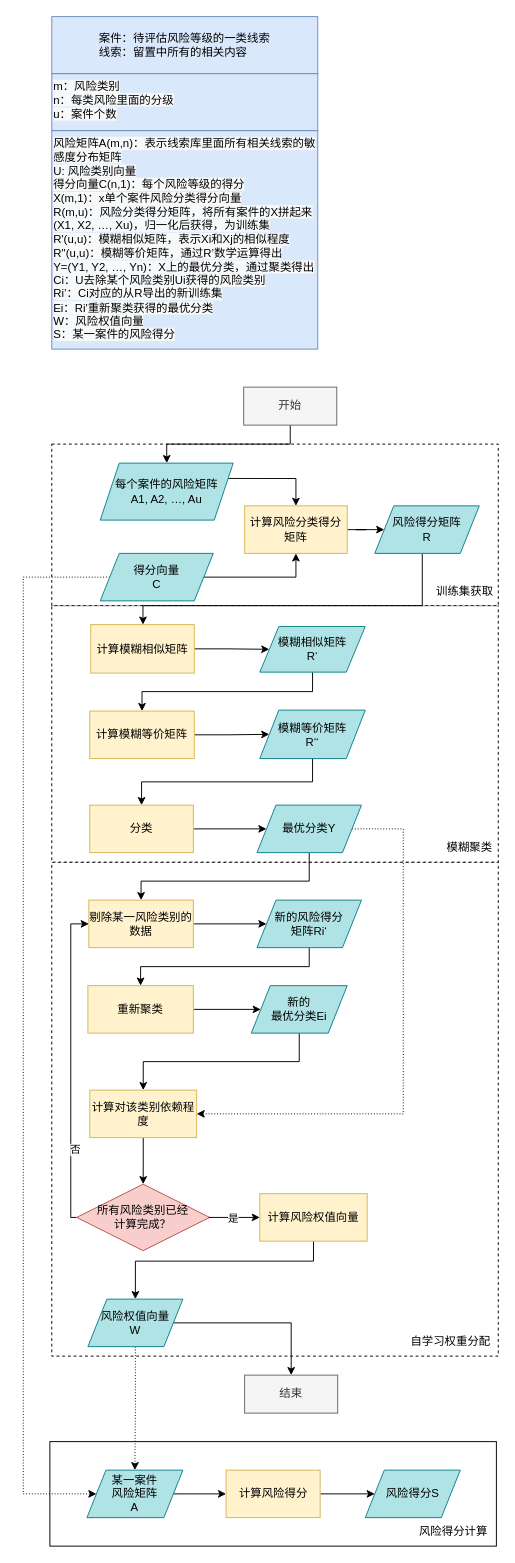
Before: risk_assessment.drawio in jiang-111/crispy-parakeet, a draw.io diagram. Source tidied: cells renumbered, new cells numbered last; positions are measured from the earlier drawing's top-left corner, leaving out a move shared by most shapes. Both pictures are drawn from the tidied source at 95%, with x=0, y=0 at pixel (23, 16).
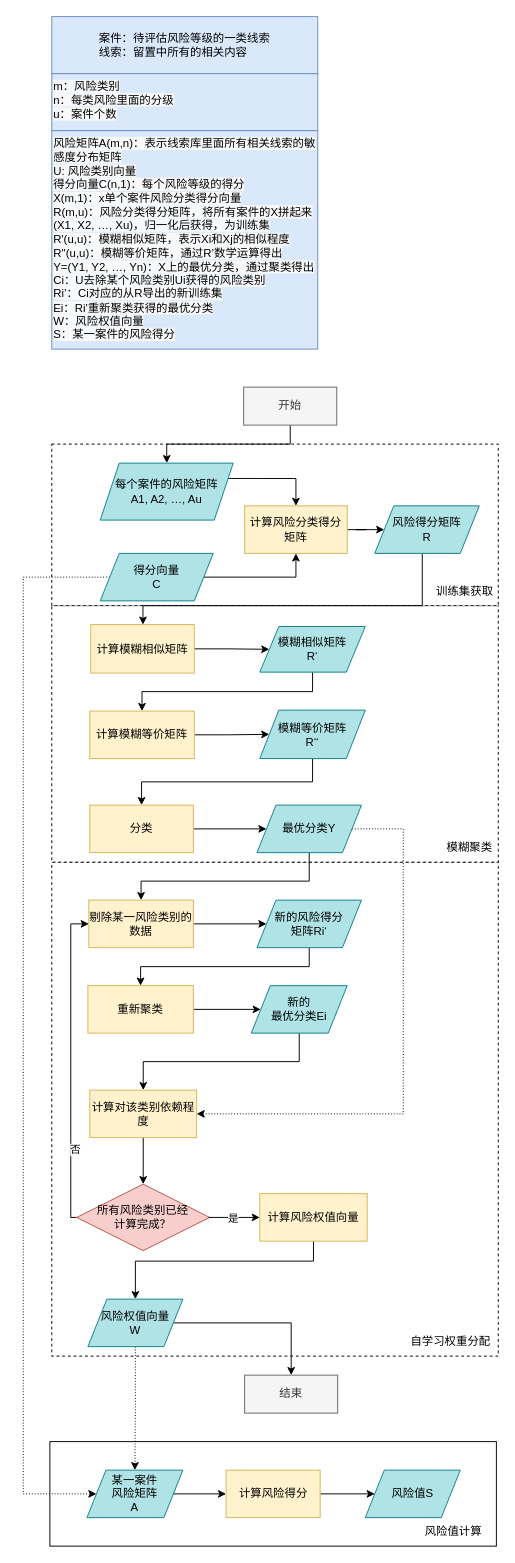
The same diagram, later.

What changed in the source:
```diff
@@
-    <mxCell id="58" value="风险得分S" style="shape=parallelogram;perimeter=parallelogramPerimeter;whiteSpace=wrap;html=1;fixedSize=1;fillColor=#b0e3e6;strokeColor=#0e8088;" parent="1" vertex="1">
+    <mxCell id="58" value="风险值S" style="shape=parallelogram;perimeter=parallelogramPerimeter;whiteSpace=wrap;html=1;fixedSize=1;fillColor=#b0e3e6;strokeColor=#0e8088;" parent="1" vertex="1">
       <mxGeometry x="360" y="1530" width="100" height="50" as="geometry" />
     </mxCell>
-    <mxCell id="59" value="风险得分计算" style="text;html=1;strokeColor=none;fillColor=none;align=center;verticalAlign=middle;whiteSpace=wrap;rounded=0;" parent="1" vertex="1">
+    <mxCell id="59" value="风险值计算" style="text;html=1;strokeColor=none;fillColor=none;align=center;verticalAlign=middle;whiteSpace=wrap;rounded=0;" parent="1" vertex="1">
       <mxGeometry x="408" y="1580" width="90" height="30" as="geometry" />
     </mxCell>
```
